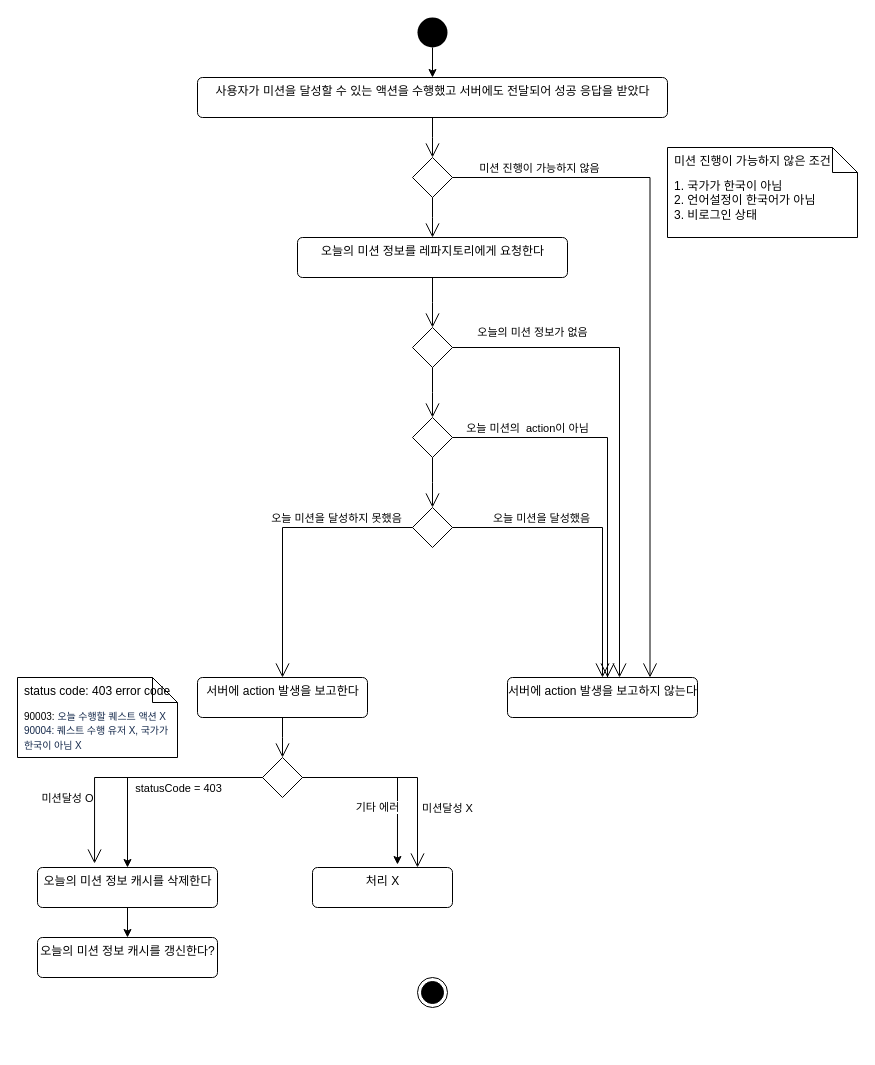
Above: Untitled Diagram.drawio in gookhee/diagrams (draw.io), before the change. Source tidied: cells renumbered, new cells numbered last; positions are measured from the earlier drawing's top-left corner, leaving out a move shared by most shapes. Both pictures are drawn from the tidied source at 100%, with x=0, y=0 at pixel (17, 17).
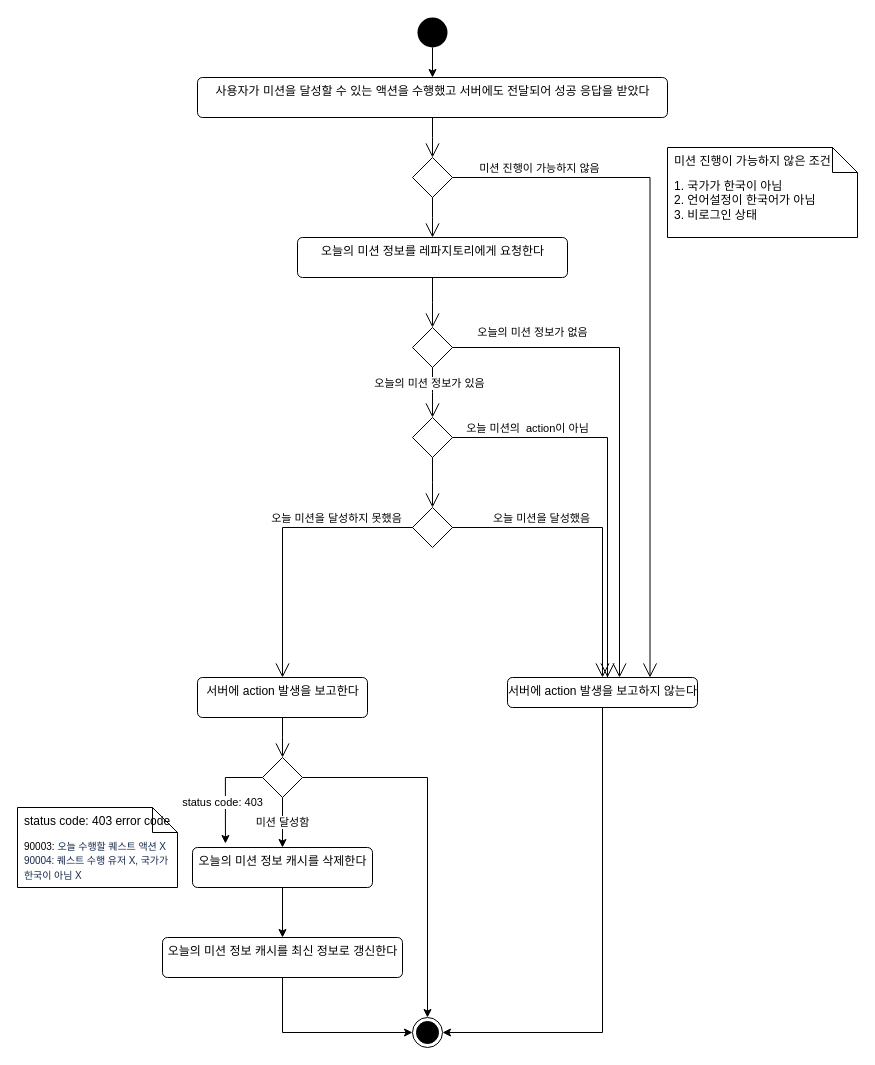
The same diagram, later.

The change refers to these unchanged cells:
```xml
<mxCell id="16" style="edgeStyle=elbowEdgeStyle;html=1;elbow=horizontal;align=right;verticalAlign=bottom;endArrow=none;rounded=0;labelBackgroundColor=none;startArrow=open;startSize=12;entryX=0.5;entryY=1;entryDx=0;entryDy=0;" parent="1" edge="1" source="15" target="12">
  <mxGeometry relative="1" as="geometry" />
</mxCell>
<mxCell id="29" style="shape=rhombus;html=1;verticalLabelPosition=bottom;verticalAlignment=top;" parent="1" vertex="1">
  <mxGeometry x="245" y="740" width="40" height="40" as="geometry" />
</mxCell>
```

What changed in the source:
```diff
@@
     <mxCell id="4" style="ellipse;html=1;shape=endState;fillColor=#000000;strokeColor=#000000;" parent="1" vertex="1">
-      <mxGeometry x="400" y="960" width="30" height="30" as="geometry" />
+      <mxGeometry x="395" y="1000" width="30" height="30" as="geometry" />
     </mxCell>
@@
+    <mxCell id="39" value="오늘의 미션 정보가 있음" style="edgeLabel;html=1;align=center;verticalAlign=middle;" parent="16" vertex="1">
+      <mxGeometry x="0.4" y="4" relative="1" as="geometry" />
+    </mxCell>
@@
+    <mxCell id="40" style="edgeStyle=orthogonalEdgeStyle;rounded=0;jettySize=auto;html=1;exitX=0.5;exitY=1;exitDx=0;exitDy=0;entryX=1;entryY=0.5;entryDx=0;entryDy=0;" parent="1" edge="1" source="24" target="4">
+      <mxGeometry relative="1" as="geometry" />
+    </mxCell>
     <mxCell id="24" value="서버에 action 발생을 보고하지 않는다" style="html=1;align=center;verticalAlign=top;rounded=1;absoluteArcSize=1;arcSize=10;dashed=0;" parent="1" vertex="1">
-      <mxGeometry x="490" y="660" width="190" height="40" as="geometry" />
+      <mxGeometry x="490" y="660" width="190" height="30" as="geometry" />
     </mxCell>
@@
-    <mxCell id="26" style="edgeStyle=orthogonalEdgeStyle;rounded=0;jettySize=auto;html=1;entryX=0.5;entryY=0;entryDx=0;entryDy=0;" parent="1" edge="1" source="29" target="38">
-      <mxGeometry relative="1" as="geometry">
-        <Array as="points">
-          <mxPoint x="110" y="760" />
-        </Array>
-      </mxGeometry>
-    </mxCell>
-    <mxCell id="27" value="statusCode = 403" style="edgeLabel;html=1;align=center;verticalAlign=middle;" parent="26" vertex="1">
-      <mxGeometry x="-0.25" y="-4" relative="1" as="geometry">
-        <mxPoint x="-1" y="14" as="offset" />
-      </mxGeometry>
-    </mxCell>
-    <mxCell id="28" value="기타 에러" style="edgeStyle=orthogonalEdgeStyle;rounded=0;jettySize=auto;html=1;entryX=0.607;entryY=-0.075;entryDx=0;entryDy=0;entryPerimeter=0;exitX=1;exitY=0.5;exitDx=0;exitDy=0;" parent="1" edge="1" source="29" target="34">
-      <mxGeometry x="0.37" y="-20" relative="1" as="geometry">
-        <Array as="points">
-          <mxPoint x="380" y="760" />
-        </Array>
-      </mxGeometry>
-    </mxCell>
+    <mxCell id="41" style="edgeStyle=orthogonalEdgeStyle;rounded=0;jettySize=auto;html=1;" parent="1" edge="1" source="29" target="4">
+      <mxGeometry relative="1" as="geometry" />
+    </mxCell>
+    <mxCell id="42" value="미션 달성함" style="edgeStyle=orthogonalEdgeStyle;rounded=0;jettySize=auto;html=1;entryX=0.5;entryY=0;entryDx=0;entryDy=0;" parent="1" edge="1" source="29" target="38">
+      <mxGeometry relative="1" as="geometry" />
+    </mxCell>
+    <mxCell id="43" style="edgeStyle=orthogonalEdgeStyle;rounded=0;jettySize=auto;html=1;entryX=0.183;entryY=-0.1;entryDx=0;entryDy=0;entryPerimeter=0;" parent="1" edge="1" source="29" target="38">
+      <mxGeometry relative="1" as="geometry">
+        <Array as="points">
+          <mxPoint x="208" y="760" />
+        </Array>
+      </mxGeometry>
+    </mxCell>
+    <mxCell id="44" value="status code: 403" style="edgeLabel;html=1;align=center;verticalAlign=middle;" parent="43" vertex="1">
+      <mxGeometry x="0.2" y="-3" relative="1" as="geometry" />
+    </mxCell>
@@
-    <mxCell id="31" value="미션달성 X" style="edgeStyle=elbowEdgeStyle;html=1;elbow=vertical;verticalAlign=bottom;endArrow=open;rounded=0;labelBackgroundColor=none;endSize=12;entryX=0.75;entryY=0;entryDx=0;entryDy=0;" parent="1" edge="1" source="29" target="34">
-      <mxGeometry x="0.51" y="30" relative="1" as="geometry">
-        <Array as="points">
-          <mxPoint x="350" y="760" />
-        </Array>
-      </mxGeometry>
-    </mxCell>
-    <mxCell id="32" value="미션달성 O" style="edgeStyle=elbowEdgeStyle;html=1;elbow=vertical;verticalAlign=bottom;endArrow=open;rounded=0;labelBackgroundColor=none;endSize=12;entryX=0.317;entryY=-0.1;entryDx=0;entryDy=0;entryPerimeter=0;" parent="1" edge="1" source="29" target="38">
-      <mxGeometry x="0.56" y="-27" relative="1" as="geometry">
-        <Array as="points">
-          <mxPoint x="210" y="760" />
-          <mxPoint x="170" y="810" />
-        </Array>
-      </mxGeometry>
-    </mxCell>
+    <mxCell id="45" style="edgeStyle=orthogonalEdgeStyle;rounded=0;jettySize=auto;html=1;exitX=0.5;exitY=1;exitDx=0;exitDy=0;entryX=0;entryY=0.5;entryDx=0;entryDy=0;" parent="1" edge="1" source="33" target="4">
+      <mxGeometry relative="1" as="geometry" />
+    </mxCell>
-    <mxCell id="33" value="오늘의 미션 정보 캐시를 갱신한다?" style="html=1;align=center;verticalAlign=top;rounded=1;absoluteArcSize=1;arcSize=10;dashed=0;" parent="1" vertex="1">
-      <mxGeometry x="20" y="920" width="180" height="40" as="geometry" />
+    <mxCell id="33" value="오늘의 미션 정보 캐시를 최신 정보로 갱신한다" style="html=1;align=center;verticalAlign=top;rounded=1;absoluteArcSize=1;arcSize=10;dashed=0;" parent="1" vertex="1">
+      <mxGeometry x="145" y="920" width="240" height="40" as="geometry" />
     </mxCell>
-    <mxCell id="34" value="처리 X" style="html=1;align=center;verticalAlign=top;rounded=1;absoluteArcSize=1;arcSize=10;dashed=0;" parent="1" vertex="1">
-      <mxGeometry x="295" y="850" width="140" height="40" as="geometry" />
-    </mxCell>
     <mxCell id="35" value="&lt;font style=&quot;font-size: 10px&quot;&gt;90003:&amp;nbsp;&lt;span style=&quot;color: rgb(23 , 43 , 77) ; font-family: , &amp;#34;blinkmacsystemfont&amp;#34; , &amp;#34;segoe ui&amp;#34; , &amp;#34;roboto&amp;#34; , &amp;#34;noto sans&amp;#34; , &amp;#34;ubuntu&amp;#34; , &amp;#34;droid sans&amp;#34; , &amp;#34;helvetica neue&amp;#34; , sans-serif ; letter-spacing: -0.07999999821186066px ; background-color: rgb(255 , 255 , 255)&quot;&gt;오늘 수행할 퀘스트 액션 X&lt;br&gt;90004: 퀘스트 수행 유저 X, 국가가 한국이 아님 X&amp;nbsp;&lt;br&gt;&lt;/span&gt;&lt;/font&gt;" style="shape=note2;boundedLbl=1;whiteSpace=wrap;html=1;size=25;verticalAlign=top;align=left;spacingLeft=5;" parent="1" vertex="1">
-      <mxGeometry y="660" width="160" height="80" as="geometry" />
+      <mxGeometry y="790" width="160" height="80" as="geometry" />
     </mxCell>
@@
     <mxCell id="38" value="오늘의 미션 정보 캐시를 삭제한다" style="html=1;align=center;verticalAlign=top;rounded=1;absoluteArcSize=1;arcSize=10;dashed=0;" parent="1" vertex="1">
-      <mxGeometry x="20" y="850" width="180" height="40" as="geometry" />
+      <mxGeometry x="175" y="830" width="180" height="40" as="geometry" />
     </mxCell>
```
